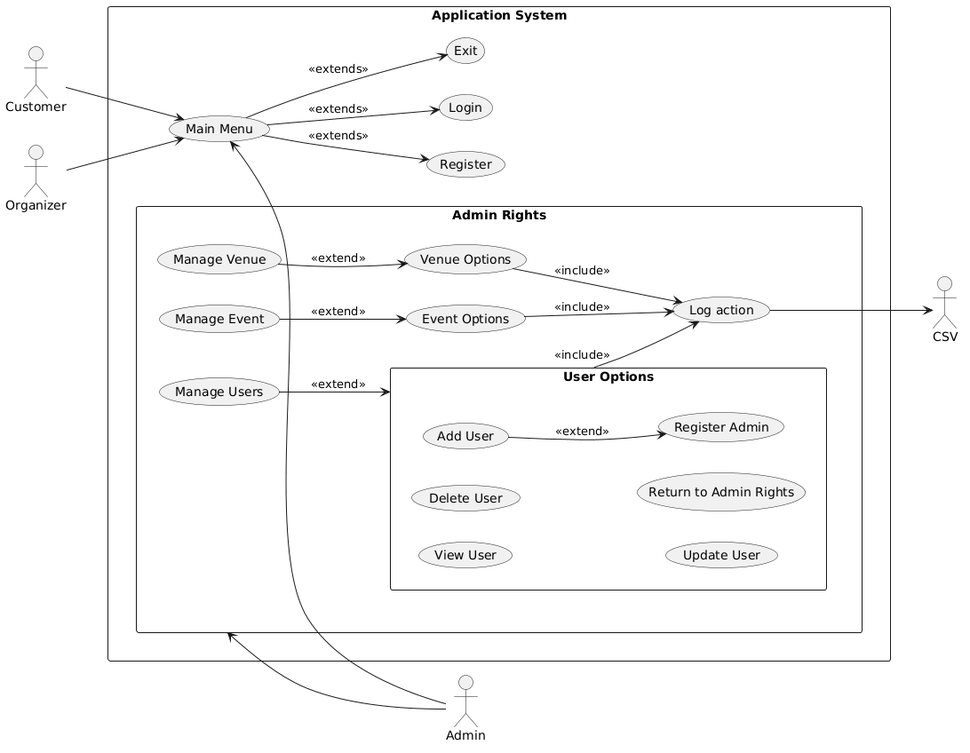
Earlier version of the PlantUML export diagrams/UseCaseDiagram/useCaseUMLDiagram.png (jluna4072/TicketMiner).
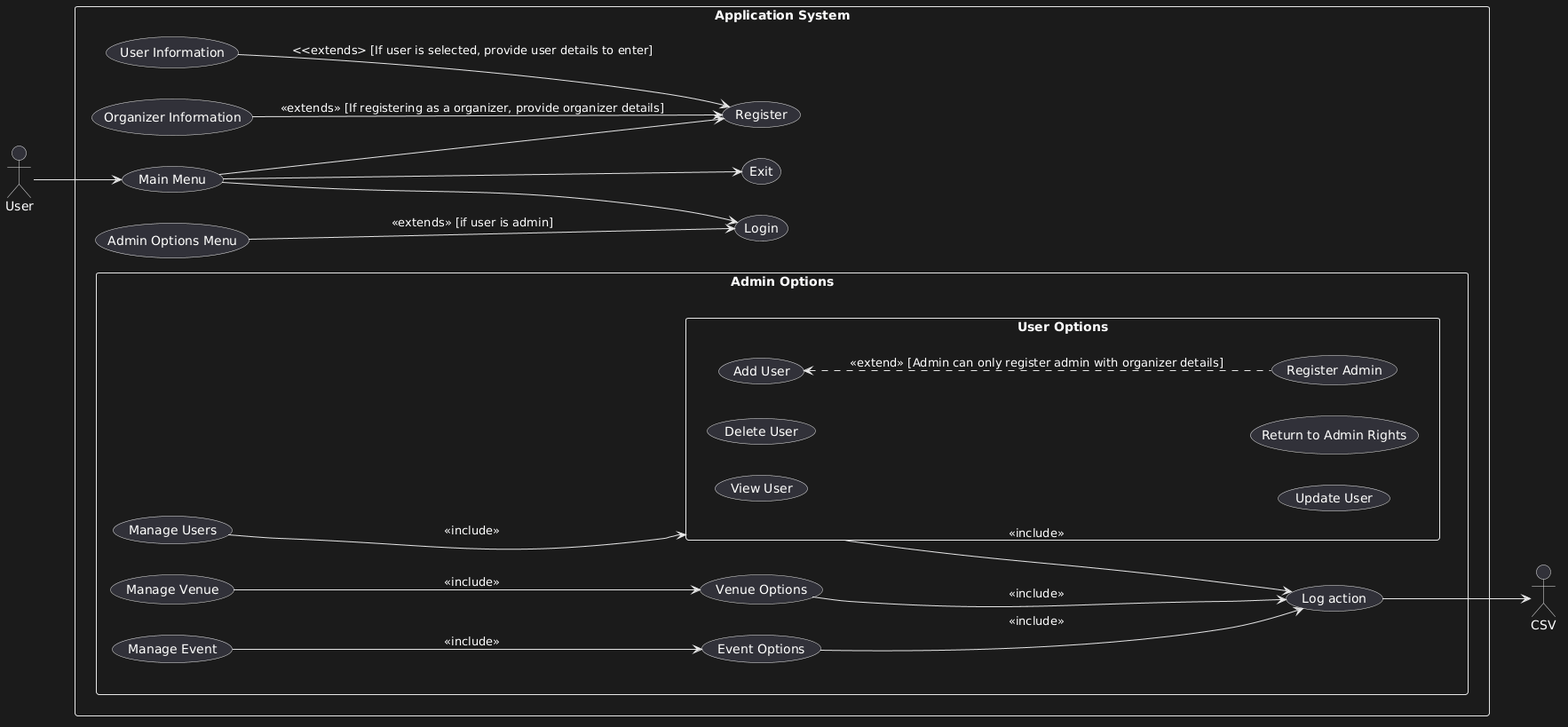
Above is the later version.

Commit message:
Finished logger, updated csv files, and updated the run ticket miner. UML Case diagram is update to TA "standards"

Diff of the diagram source:
```diff
@@ -1,8 +1,6 @@
 @startuml
 left to right direction
-actor "Admin" as admin
-actor "Customer" as customer
-actor "Organizer" as organizer
+actor "User" as user
 actor "CSV" as CSV
 
 rectangle applicationSystem as "Application System"{
@@ -12,10 +10,21 @@
   usecase "Login" as login
   usecase "Exit" as exit
 
-  mainMenu --> register : <<extends>>
-  mainMenu --> login : <<extends>>
-  mainMenu --> exit : <<extends>>
-  rectangle adminRights as "Admin Rights"{
+  mainMenu --> login
+  mainMenu --> register
+  mainMenu --> exit
+
+
+  usecase "Admin Options Menu" as adminLogin
+  adminLogin --> login : <<extends>> [if user is admin]
+
+  usecase "Organizer Information" as organInfo
+  organInfo --> register : <<extends>> [If registering as a organizer, provide organizer details]
+
+  usecase "User Information" as userInfo
+  userInfo --> register : <<extends> [If user is selected, provide user details to enter]
+
+  rectangle adminOptions as "Admin Options"{
     usecase "Manage Event" as manEvent
     usecase "Manage Venue" as manVenue
     usecase "Manage Users" as manUsers
@@ -27,15 +36,17 @@
    usecase "Update User" as updateUser
    usecase "Register Admin" as regAdmin
    usecase "Return to Admin Rights" as return
-   addUser --> regAdmin : <<extend>>
+
+   addUser <.. regAdmin : <<extend>> [Admin can only register admin with organizer details]
+
    }
 
-   manUsers --> userOptions : <<extend>>
    usecase "Venue Options" as venueOptions
-   manVenue --> venueOptions : <<extend>>
+   usecase "Event Options" as eventOptions
 
-   usecase "Event Options" as eventOptions
-   manEvent --> eventOptions : <<extend>>
+   manUsers --> userOptions : <<include>>
+   manVenue --> venueOptions : <<include>>
+   manEvent --> eventOptions : <<include>>
 
    usecase logger as "Log action"
 
@@ -45,13 +56,9 @@
 
   }
 
+
 }
 
 logger --> CSV
-
-mainMenu <-- admin
-adminRights <-- admin
-
-customer --> mainMenu
-organizer --> mainMenu
+user --> mainMenu
 @enduml
```
